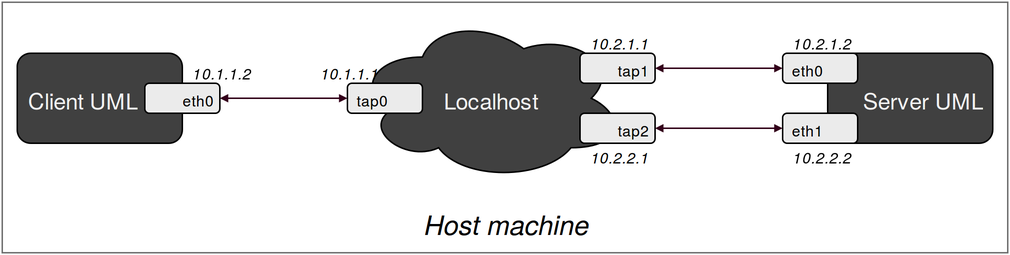
fabriziodemaria/MPTCP_Security keeps this draw.io diagram as images/Network_Scenario_2.png. Above is the earlier version. Source tidied: cells renumbered, new cells last; positions are measured from the earlier drawing's top-left corner, leaving out a move shared by most shapes.
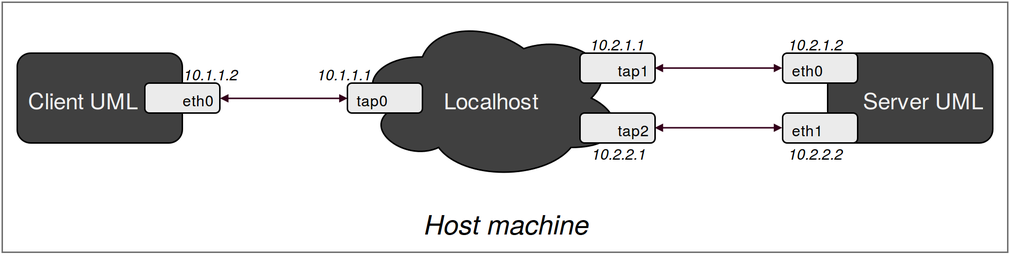
Later version of the same file.

What changed in the source:
```diff
@@ -26,11 +26,11 @@
     <mxCell id="9" value="Host machine&lt;br&gt;" style="text;html=1;align=center;verticalAlign=middle;spacingTop=-4;fontSize=18;fontColor=#000000;fontStyle=2;" parent="1" vertex="1">
       <mxGeometry x="295" y="144" width="80" height="10" as="geometry" />
     </mxCell>
-    <mxCell id="10" value="10.1.1.2&lt;br&gt;" style="text;html=1;align=center;verticalAlign=bottom;spacingTop=-4;fontSize=10;fontColor=#000000;fontStyle=2;" parent="1" vertex="1">
-      <mxGeometry x="120" y="44" width="50" height="10" as="geometry" />
+    <mxCell id="10" value="10.1.1.2" style="text;align=center;verticalAlign=middle;spacingTop=0;fontSize=10;fontColor=#000000;fontStyle=2;" parent="1" vertex="1">
+      <mxGeometry x="114" y="39" width="50" height="20" as="geometry" />
     </mxCell>
-    <mxCell id="11" value="10.1.1.1" style="text;html=1;align=center;verticalAlign=bottom;spacingTop=-4;fontSize=10;fontColor=#000000;fontStyle=2;" parent="1" vertex="1">
-      <mxGeometry x="205" y="44" width="50" height="10" as="geometry" />
+    <mxCell id="11" value="10.1.1.1" style="text;align=center;verticalAlign=middle;spacingTop=0;fontSize=10;fontColor=#000000;fontStyle=2;" parent="1" vertex="1">
+      <mxGeometry x="203" y="39" width="50" height="20" as="geometry" />
     </mxCell>
     <mxCell id="12" style="edgeStyle=none;html=1;exitX=1;exitY=0.5;entryX=0;entryY=0.5;shadow=0;startArrow=block;startFill=1;startSize=3;endArrow=block;endFill=1;endSize=3;jettySize=auto;strokeColor=#33001A;strokeWidth=1;fillColor=#000000;fontSize=8;fontColor=#000000;" parent="1" edge="1" source="13" target="14">
       <mxGeometry x="484.9" y="330" as="geometry" />
@@ -50,17 +50,17 @@
     <mxCell id="17" value="eth0" style="whiteSpace=wrap;html=1;rounded=1;shadow=0;glass=0;strokeColor=#000000;strokeWidth=1;fillColor=#EBEBEB;gradientColor=none;fontSize=10;fontColor=#000000;align=left;spacingLeft=3;" parent="1" vertex="1">
       <mxGeometry x="520" y="34" width="50" height="20" as="geometry" />
     </mxCell>
-    <mxCell id="18" value="10.2.1.1" style="text;html=1;align=center;verticalAlign=bottom;spacingTop=-4;fontSize=10;fontColor=#000000;fontStyle=2;" parent="1" vertex="1">
-      <mxGeometry x="385" y="24" width="50" height="10" as="geometry" />
+    <mxCell id="18" value="10.2.1.1" style="text;align=center;verticalAlign=middle;spacingTop=0;fontSize=10;fontColor=#000000;fontStyle=2;" parent="1" vertex="1">
+      <mxGeometry x="385" y="19" width="50" height="20" as="geometry" />
     </mxCell>
-    <mxCell id="19" value="10.2.2.1" style="text;html=1;align=center;verticalAlign=top;spacingTop=-4;fontSize=10;fontColor=#000000;fontStyle=2;" parent="1" vertex="1">
-      <mxGeometry x="385" y="94" width="50" height="10" as="geometry" />
+    <mxCell id="19" value="10.2.2.1" style="text;align=center;verticalAlign=middle;spacingTop=0;fontSize=10;fontColor=#000000;fontStyle=2;" parent="1" vertex="1">
+      <mxGeometry x="386" y="92" width="50" height="20" as="geometry" />
     </mxCell>
-    <mxCell id="20" value="10.2.2.2" style="text;html=1;align=center;verticalAlign=top;spacingTop=-4;fontSize=10;fontColor=#000000;fontStyle=2;" parent="1" vertex="1">
-      <mxGeometry x="520" y="94" width="50" height="10" as="geometry" />
+    <mxCell id="20" value="10.2.2.2" style="text;align=center;verticalAlign=middle;spacingTop=0;fontSize=10;fontColor=#000000;fontStyle=2;" parent="1" vertex="1">
+      <mxGeometry x="517" y="92" width="50" height="20" as="geometry" />
     </mxCell>
-    <mxCell id="21" value="10.2.1.2" style="text;html=1;align=center;verticalAlign=bottom;spacingTop=-4;fontSize=10;fontColor=#000000;fontStyle=2;" parent="1" vertex="1">
-      <mxGeometry x="520" y="24" width="50" height="10" as="geometry" />
+    <mxCell id="21" value="10.2.1.2" style="text;align=center;verticalAlign=middle;spacingTop=0;fontSize=10;fontColor=#000000;fontStyle=2;" parent="1" vertex="1">
+      <mxGeometry x="517" y="19" width="50" height="20" as="geometry" />
     </mxCell>
   </root>
 </mxGraphModel>
```
